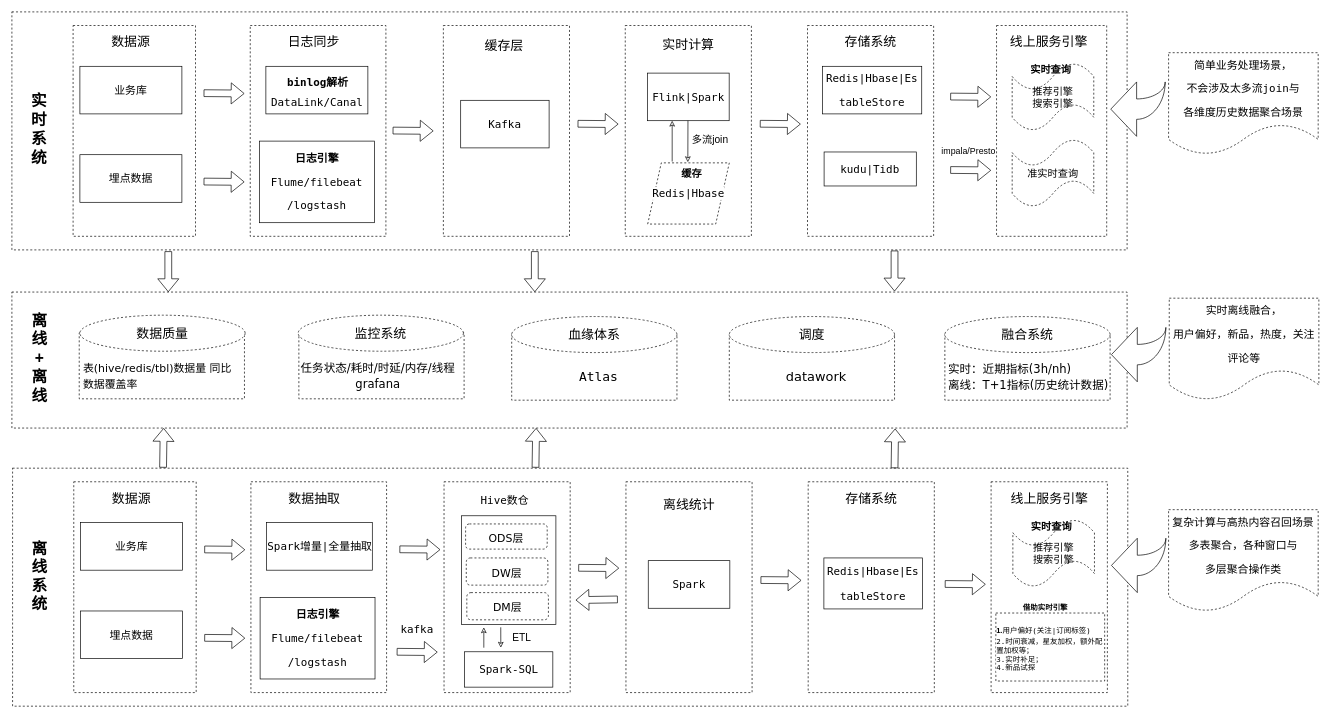
Earlier version of the draw.io diagram Untitled Diagram.drawio (yanshenliang/yanshenliang.github.io). Source tidied: cells renumbered, new cells numbered last; positions are measured from the earlier drawing's top-left corner, leaving out a move shared by most shapes. Both pictures are drawn from the tidied source at 68%, with x=0, y=0 at pixel (12, 12).
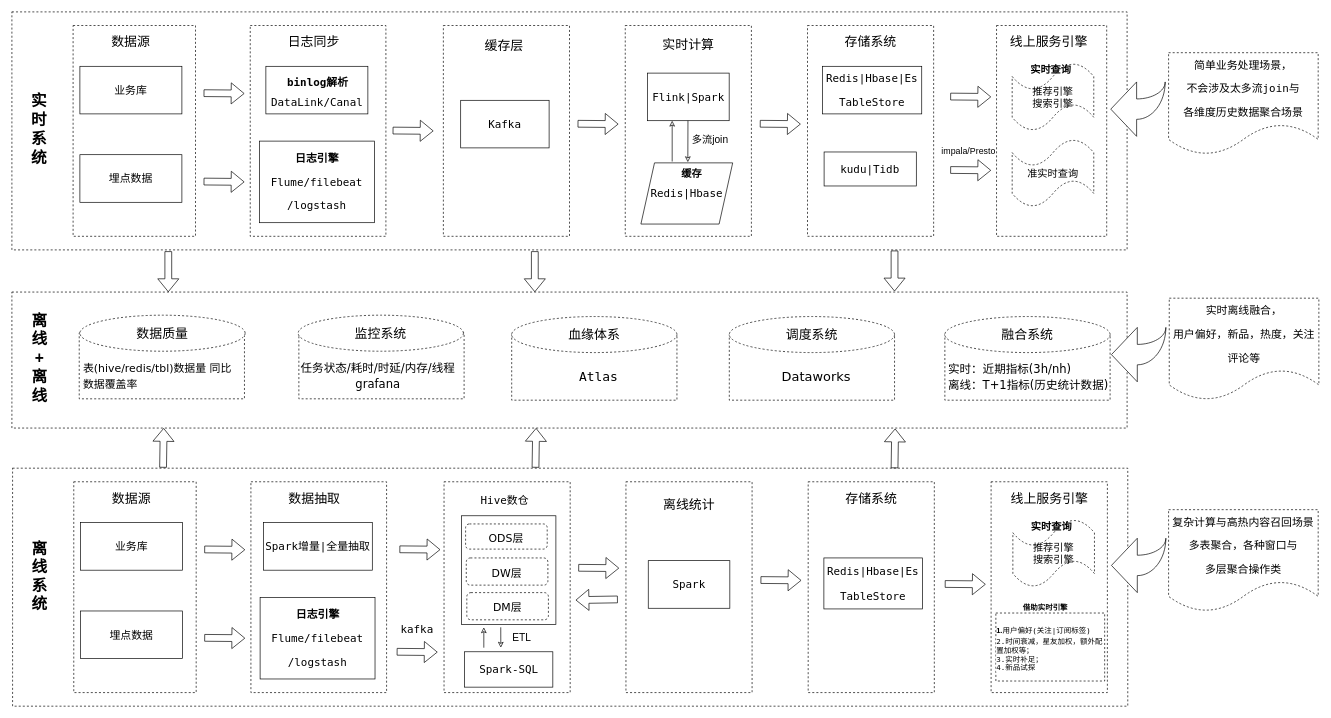
After the change.

Diff of the diagram source:
```diff
@@
-    <mxCell id="24" value="&lt;pre style=&quot;background-color: rgb(255 , 255 , 255) ; font-family: &amp;#34;menlo&amp;#34; ; font-size: 12pt&quot;&gt;Redis|Hbase&lt;/pre&gt;" style="shape=parallelogram;perimeter=parallelogramPerimeter;whiteSpace=wrap;html=1;fixedSize=1;dashed=1;fontSize=19;" parent="1" vertex="1">
-      <mxGeometry x="935" y="222" width="120" height="90" as="geometry" />
+    <mxCell id="24" value="&lt;pre style=&quot;background-color: rgb(255 , 255 , 255) ; font-family: &amp;#34;menlo&amp;#34; ; font-size: 12pt&quot;&gt;Redis|Hbase&lt;/pre&gt;" style="shape=parallelogram;perimeter=parallelogramPerimeter;whiteSpace=wrap;html=1;fixedSize=1;fontSize=19;" parent="1" vertex="1">
+      <mxGeometry x="925" y="222" width="135" height="90" as="geometry" />
     </mxCell>
@@
-    <mxCell id="33" value="&lt;pre style=&quot;background-color: rgb(255 , 255 , 255) ; font-family: &amp;#34;menlo&amp;#34; ; font-size: 12pt&quot;&gt;&lt;pre style=&quot;font-family: &amp;#34;menlo&amp;#34; ; font-size: 12pt&quot;&gt;Redis|Hbase|Es&lt;/pre&gt;&lt;pre style=&quot;font-family: &amp;#34;menlo&amp;#34; ; font-size: 12pt&quot;&gt;tableStore&lt;/pre&gt;&lt;/pre&gt;" style="rounded=0;whiteSpace=wrap;html=1;" parent="1" vertex="1">
+    <mxCell id="33" value="&lt;pre style=&quot;background-color: rgb(255 , 255 , 255) ; font-family: &amp;#34;menlo&amp;#34; ; font-size: 12pt&quot;&gt;&lt;pre style=&quot;font-family: &amp;#34;menlo&amp;#34; ; font-size: 12pt&quot;&gt;Redis|Hbase|Es&lt;/pre&gt;&lt;pre style=&quot;font-family: &amp;#34;menlo&amp;#34; ; font-size: 12pt&quot;&gt;TableStore&lt;/pre&gt;&lt;/pre&gt;" style="rounded=0;whiteSpace=wrap;html=1;" parent="1" vertex="1">
       <mxGeometry x="1192.1" y="80" width="145.9" height="70" as="geometry" />
     </mxCell>
@@
     <mxCell id="53" value="&lt;pre style=&quot;background-color: rgb(255 , 255 , 255) ; font-family: &amp;#34;menlo&amp;#34; ; font-size: 12pt&quot;&gt;Spark增量|全量抽取&lt;/pre&gt;" style="rounded=0;whiteSpace=wrap;html=1;" parent="1" vertex="1">
-      <mxGeometry x="374.5" y="751" width="155.5" height="70" as="geometry" />
+      <mxGeometry x="370" y="751" width="160" height="70" as="geometry" />
     </mxCell>
@@
-    <mxCell id="69" value="&lt;pre style=&quot;background-color: rgb(255 , 255 , 255) ; font-family: &amp;#34;menlo&amp;#34; ; font-size: 12pt&quot;&gt;&lt;pre style=&quot;font-family: &amp;#34;menlo&amp;#34; ; font-size: 12pt&quot;&gt;Redis|Hbase|Es&lt;/pre&gt;&lt;pre style=&quot;font-family: &amp;#34;menlo&amp;#34; ; font-size: 12pt&quot;&gt;tableStore&lt;/pre&gt;&lt;/pre&gt;" style="rounded=0;whiteSpace=wrap;html=1;" parent="1" vertex="1">
+    <mxCell id="69" value="&lt;pre style=&quot;background-color: rgb(255 , 255 , 255) ; font-family: &amp;#34;menlo&amp;#34; ; font-size: 12pt&quot;&gt;&lt;pre style=&quot;font-family: &amp;#34;menlo&amp;#34; ; font-size: 12pt&quot;&gt;Redis|Hbase|Es&lt;/pre&gt;&lt;pre style=&quot;font-family: &amp;#34;menlo&amp;#34; ; font-size: 12pt&quot;&gt;TableStore&lt;/pre&gt;&lt;/pre&gt;" style="rounded=0;whiteSpace=wrap;html=1;" parent="1" vertex="1">
       <mxGeometry x="1194.1" y="803" width="144.9" height="75" as="geometry" />
     </mxCell>
@@
-    <mxCell id="101" value="&lt;font style=&quot;font-size: 19px&quot;&gt;调度&lt;/font&gt;" style="ellipse;whiteSpace=wrap;html=1;rounded=1;shadow=0;dashed=1;sketch=0;fontFamily=Verdana;fontSize=11;strokeColor=default;" parent="1" vertex="1">
+    <mxCell id="101" value="&lt;font style=&quot;font-size: 19px&quot;&gt;调度系统&lt;/font&gt;" style="ellipse;whiteSpace=wrap;html=1;rounded=1;shadow=0;dashed=1;sketch=0;fontFamily=Verdana;fontSize=11;strokeColor=default;" parent="1" vertex="1">
       <mxGeometry x="1055" y="448" width="243" height="53" as="geometry" />
     </mxCell>
-    <mxCell id="102" value="&lt;div&gt;&lt;span&gt;&lt;font style=&quot;font-size: 19px&quot;&gt;datawork&lt;/font&gt;&lt;/span&gt;&lt;/div&gt;" style="text;html=1;strokeColor=none;fillColor=none;align=center;verticalAlign=middle;whiteSpace=wrap;rounded=0;shadow=0;dashed=1;sketch=0;fontFamily=Verdana;fontSize=19;" parent="1" vertex="1">
+    <mxCell id="102" value="&lt;div&gt;&lt;span&gt;&lt;font style=&quot;font-size: 19px&quot;&gt;Dataworks&lt;/font&gt;&lt;/span&gt;&lt;/div&gt;" style="text;html=1;strokeColor=none;fillColor=none;align=center;verticalAlign=middle;whiteSpace=wrap;rounded=0;shadow=0;dashed=1;sketch=0;fontFamily=Verdana;fontSize=19;" parent="1" vertex="1">
       <mxGeometry x="1063" y="511" width="240" height="50" as="geometry" />
     </mxCell>
```
